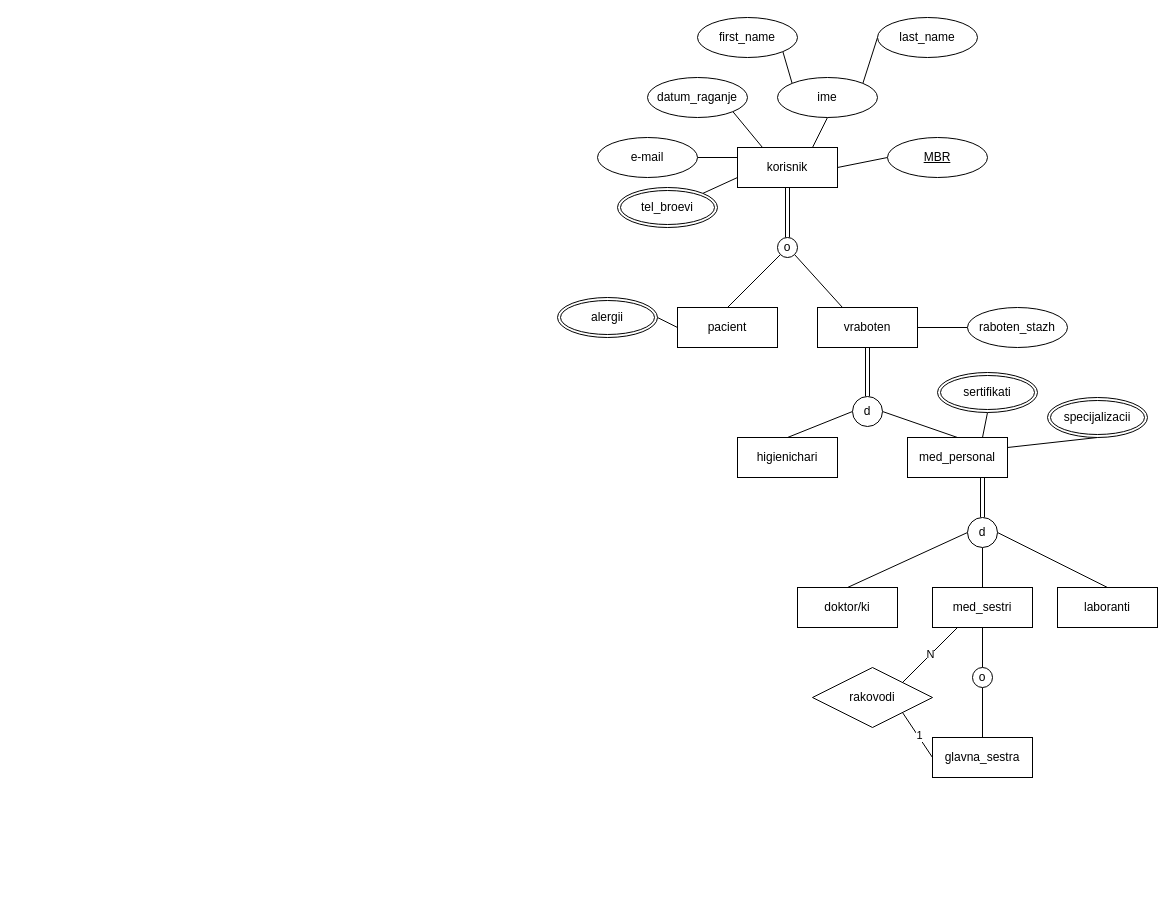
loramarku9/BAZInaPODATOCI keeps this draw.io diagram as lab2.drawio. Above is the earlier version. Source tidied: cells renumbered, new cells numbered last; positions are measured from the earlier drawing's top-left corner, leaving out a move shared by most shapes. Both pictures are drawn from the tidied source at 100%, with x=0, y=0 at pixel (557, 17).
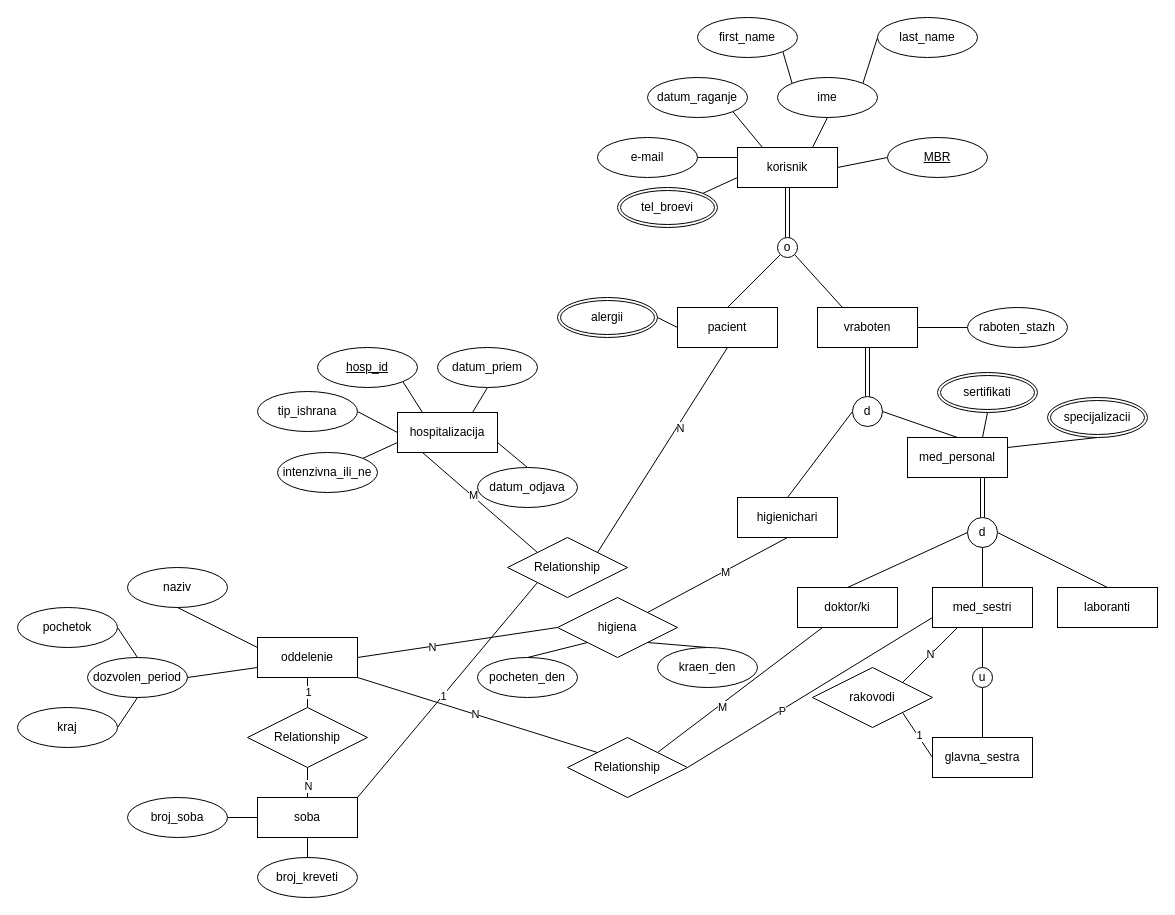
The same diagram, later.

Unchanged cells that the change refers to:
```xml
<mxCell id="22" value="pacient" style="whiteSpace=wrap;html=1;align=center;" parent="1" vertex="1">
  <mxGeometry x="120" y="290" width="100" height="40" as="geometry" />
</mxCell>
<mxCell id="41" value="med_sestri" style="whiteSpace=wrap;html=1;align=center;" parent="1" vertex="1">
  <mxGeometry x="375" y="570" width="100" height="40" as="geometry" />
</mxCell>
<mxCell id="43" value="doktor/ki" style="whiteSpace=wrap;html=1;align=center;" parent="1" vertex="1">
  <mxGeometry x="240" y="570" width="100" height="40" as="geometry" />
</mxCell>
```

What changed in the source:
```diff
@@
+    <mxCell id="54" style="edgeStyle=none;shape=connector;rounded=0;jettySize=auto;html=1;exitX=0.5;exitY=1;exitDx=0;exitDy=0;entryX=1;entryY=0;entryDx=0;entryDy=0;strokeColor=default;align=center;verticalAlign=middle;fontFamily=Helvetica;fontSize=11;fontColor=default;labelBackgroundColor=default;defaultLabelBackgroundColor=page;endArrow=none;endFill=0;" parent="1" edge="1" source="22" target="98">
+      <mxGeometry relative="1" as="geometry" />
+    </mxCell>
+    <mxCell id="55" value="N" style="edgeLabel;html=1;align=center;verticalAlign=middle;inheritText=1;defaultLabelBackgroundColor=page;" parent="54" vertex="1">
+      <mxGeometry x="-0.23" y="3" relative="1" as="geometry" />
+    </mxCell>
@@
+    <mxCell id="56" style="edgeStyle=none;shape=connector;rounded=0;jettySize=auto;html=1;exitX=0.5;exitY=1;exitDx=0;exitDy=0;entryX=1;entryY=0;entryDx=0;entryDy=0;strokeColor=default;align=center;verticalAlign=middle;fontFamily=Helvetica;fontSize=11;fontColor=default;labelBackgroundColor=default;defaultLabelBackgroundColor=page;endArrow=none;endFill=0;" parent="1" edge="1" source="27" target="100">
+      <mxGeometry relative="1" as="geometry" />
+    </mxCell>
+    <mxCell id="57" value="M" style="edgeLabel;html=1;align=center;verticalAlign=middle;inheritText=1;defaultLabelBackgroundColor=page;" parent="56" vertex="1">
+      <mxGeometry x="-0.11" y="1" relative="1" as="geometry" />
+    </mxCell>
     <mxCell id="27" value="higienichari" style="whiteSpace=wrap;html=1;align=center;" parent="1" vertex="1">
-      <mxGeometry x="180" y="420" width="100" height="40" as="geometry" />
+      <mxGeometry x="180" y="480" width="100" height="40" as="geometry" />
     </mxCell>
@@
+    <mxCell id="58" style="edgeStyle=none;shape=connector;rounded=0;jettySize=auto;html=1;exitX=0;exitY=0.75;exitDx=0;exitDy=0;entryX=1;entryY=0.5;entryDx=0;entryDy=0;strokeColor=default;align=center;verticalAlign=middle;fontFamily=Helvetica;fontSize=11;fontColor=default;labelBackgroundColor=default;defaultLabelBackgroundColor=page;endArrow=none;endFill=0;" parent="1" edge="1" source="41" target="106">
+      <mxGeometry relative="1" as="geometry" />
+    </mxCell>
+    <mxCell id="59" value="P" style="edgeLabel;html=1;align=center;verticalAlign=middle;inheritText=1;defaultLabelBackgroundColor=page;" parent="58" vertex="1">
+      <mxGeometry x="0.23" relative="1" as="geometry">
+        <mxPoint y="1" as="offset" />
+      </mxGeometry>
+    </mxCell>
@@
+    <mxCell id="60" style="edgeStyle=none;shape=connector;rounded=0;jettySize=auto;html=1;exitX=0.25;exitY=1;exitDx=0;exitDy=0;entryX=1;entryY=0;entryDx=0;entryDy=0;strokeColor=default;align=center;verticalAlign=middle;fontFamily=Helvetica;fontSize=11;fontColor=default;labelBackgroundColor=default;defaultLabelBackgroundColor=page;endArrow=none;endFill=0;" parent="1" edge="1" source="43" target="106">
+      <mxGeometry relative="1" as="geometry" />
+    </mxCell>
+    <mxCell id="61" value="M" style="edgeLabel;html=1;align=center;verticalAlign=middle;inheritText=1;defaultLabelBackgroundColor=page;" parent="60" vertex="1">
+      <mxGeometry x="0.25" y="2" relative="1" as="geometry">
+        <mxPoint x="1" as="offset" />
+      </mxGeometry>
+    </mxCell>
@@
-    <mxCell id="50" value="o" style="ellipse;whiteSpace=wrap;html=1;shapeInside=1;" parent="1" vertex="1">
+    <mxCell id="50" value="u" style="ellipse;whiteSpace=wrap;html=1;shapeInside=1;" parent="1" vertex="1">
       <mxGeometry x="415" y="650" width="20" height="20" as="geometry" />
     </mxCell>
@@
+    <mxCell id="62" style="edgeStyle=none;shape=connector;rounded=0;jettySize=auto;html=1;exitX=0.25;exitY=0;exitDx=0;exitDy=0;entryX=1;entryY=1;entryDx=0;entryDy=0;strokeColor=default;align=center;verticalAlign=middle;fontFamily=Helvetica;fontSize=11;fontColor=default;labelBackgroundColor=default;defaultLabelBackgroundColor=page;endArrow=none;endFill=0;" parent="1" edge="1" source="67" target="72">
+      <mxGeometry relative="1" as="geometry" />
+    </mxCell>
+    <mxCell id="63" style="edgeStyle=none;shape=connector;rounded=0;jettySize=auto;html=1;exitX=0;exitY=0.75;exitDx=0;exitDy=0;entryX=1;entryY=0;entryDx=0;entryDy=0;strokeColor=default;align=center;verticalAlign=middle;fontFamily=Helvetica;fontSize=11;fontColor=default;labelBackgroundColor=default;defaultLabelBackgroundColor=page;endArrow=none;endFill=0;" parent="1" edge="1" source="67" target="71">
+      <mxGeometry relative="1" as="geometry" />
+    </mxCell>
+    <mxCell id="64" style="edgeStyle=none;shape=connector;rounded=0;jettySize=auto;html=1;exitX=1;exitY=0.75;exitDx=0;exitDy=0;entryX=0.5;entryY=0;entryDx=0;entryDy=0;strokeColor=default;align=center;verticalAlign=middle;fontFamily=Helvetica;fontSize=11;fontColor=default;labelBackgroundColor=default;defaultLabelBackgroundColor=page;endArrow=none;endFill=0;" parent="1" edge="1" source="67" target="68">
+      <mxGeometry relative="1" as="geometry" />
+    </mxCell>
+    <mxCell id="65" style="edgeStyle=none;shape=connector;rounded=0;jettySize=auto;html=1;exitX=0.25;exitY=1;exitDx=0;exitDy=0;entryX=0;entryY=0;entryDx=0;entryDy=0;strokeColor=default;align=center;verticalAlign=middle;fontFamily=Helvetica;fontSize=11;fontColor=default;labelBackgroundColor=default;defaultLabelBackgroundColor=page;endArrow=none;endFill=0;" parent="1" edge="1" source="67" target="98">
+      <mxGeometry relative="1" as="geometry" />
+    </mxCell>
+    <mxCell id="66" value="M" style="edgeLabel;html=1;align=center;verticalAlign=middle;inheritText=1;defaultLabelBackgroundColor=page;" parent="65" vertex="1">
+      <mxGeometry x="-0.15" relative="1" as="geometry">
+        <mxPoint x="1" as="offset" />
+      </mxGeometry>
+    </mxCell>
+    <mxCell id="67" value="hospitalizacija" style="whiteSpace=wrap;html=1;align=center;" parent="1" vertex="1">
+      <mxGeometry x="-160" y="395" width="100" height="40" as="geometry" />
+    </mxCell>
+    <mxCell id="68" value="datum_odjava" style="ellipse;whiteSpace=wrap;html=1;align=center;" parent="1" vertex="1">
+      <mxGeometry x="-80" y="450" width="100" height="40" as="geometry" />
+    </mxCell>
+    <mxCell id="69" style="edgeStyle=none;shape=connector;rounded=0;jettySize=auto;html=1;exitX=0.5;exitY=1;exitDx=0;exitDy=0;entryX=0.75;entryY=0;entryDx=0;entryDy=0;strokeColor=default;align=center;verticalAlign=middle;fontFamily=Helvetica;fontSize=11;fontColor=default;labelBackgroundColor=default;defaultLabelBackgroundColor=page;endArrow=none;endFill=0;" parent="1" edge="1" source="70" target="67">
+      <mxGeometry relative="1" as="geometry" />
+    </mxCell>
+    <mxCell id="70" value="datum_priem" style="ellipse;whiteSpace=wrap;html=1;align=center;" parent="1" vertex="1">
+      <mxGeometry x="-120" y="330" width="100" height="40" as="geometry" />
+    </mxCell>
+    <mxCell id="71" value="intenzivna_ili_ne" style="ellipse;whiteSpace=wrap;html=1;align=center;" parent="1" vertex="1">
+      <mxGeometry x="-280" y="435" width="100" height="40" as="geometry" />
+    </mxCell>
+    <mxCell id="72" value="&lt;u&gt;hosp_id&lt;/u&gt;" style="ellipse;whiteSpace=wrap;html=1;align=center;" parent="1" vertex="1">
+      <mxGeometry x="-240" y="330" width="100" height="40" as="geometry" />
+    </mxCell>
+    <mxCell id="73" style="edgeStyle=none;shape=connector;rounded=0;jettySize=auto;html=1;exitX=1;exitY=0.5;exitDx=0;exitDy=0;entryX=0;entryY=0.5;entryDx=0;entryDy=0;strokeColor=default;align=center;verticalAlign=middle;fontFamily=Helvetica;fontSize=11;fontColor=default;labelBackgroundColor=default;defaultLabelBackgroundColor=page;endArrow=none;endFill=0;" parent="1" edge="1" source="74" target="67">
+      <mxGeometry relative="1" as="geometry" />
+    </mxCell>
+    <mxCell id="74" value="tip_ishrana" style="ellipse;whiteSpace=wrap;html=1;align=center;" parent="1" vertex="1">
+      <mxGeometry x="-300" y="374" width="100" height="40" as="geometry" />
+    </mxCell>
+    <mxCell id="75" style="edgeStyle=none;shape=connector;rounded=0;jettySize=auto;html=1;exitX=0;exitY=0.25;exitDx=0;exitDy=0;entryX=0.5;entryY=1;entryDx=0;entryDy=0;strokeColor=default;align=center;verticalAlign=middle;fontFamily=Helvetica;fontSize=11;fontColor=default;labelBackgroundColor=default;defaultLabelBackgroundColor=page;endArrow=none;endFill=0;" parent="1" edge="1" source="80" target="83">
+      <mxGeometry relative="1" as="geometry" />
+    </mxCell>
+    <mxCell id="76" style="edgeStyle=none;shape=connector;rounded=0;jettySize=auto;html=1;exitX=0.5;exitY=1;exitDx=0;exitDy=0;entryX=0.5;entryY=0;entryDx=0;entryDy=0;strokeColor=default;align=center;verticalAlign=middle;fontFamily=Helvetica;fontSize=11;fontColor=default;labelBackgroundColor=default;defaultLabelBackgroundColor=page;endArrow=none;endFill=0;" parent="1" edge="1" source="80" target="94">
+      <mxGeometry relative="1" as="geometry" />
+    </mxCell>
+    <mxCell id="77" value="1" style="edgeLabel;html=1;align=center;verticalAlign=middle;inheritText=1;defaultLabelBackgroundColor=page;" parent="76" vertex="1">
+      <mxGeometry x="-0.08" relative="1" as="geometry" />
+    </mxCell>
+    <mxCell id="78" style="edgeStyle=none;shape=connector;rounded=0;jettySize=auto;html=1;exitX=1;exitY=0.5;exitDx=0;exitDy=0;entryX=0;entryY=0.5;entryDx=0;entryDy=0;strokeColor=default;align=center;verticalAlign=middle;fontFamily=Helvetica;fontSize=11;fontColor=default;labelBackgroundColor=default;defaultLabelBackgroundColor=page;endArrow=none;endFill=0;" parent="1" edge="1" source="80" target="100">
+      <mxGeometry relative="1" as="geometry" />
+    </mxCell>
+    <mxCell id="79" value="N" style="edgeLabel;html=1;align=center;verticalAlign=middle;inheritText=1;defaultLabelBackgroundColor=page;" parent="78" vertex="1">
+      <mxGeometry x="-0.26" y="-1" relative="1" as="geometry" />
+    </mxCell>
+    <mxCell id="80" value="oddelenie" style="whiteSpace=wrap;html=1;align=center;" parent="1" vertex="1">
+      <mxGeometry x="-300" y="620" width="100" height="40" as="geometry" />
+    </mxCell>
+    <mxCell id="81" style="edgeStyle=none;shape=connector;rounded=0;jettySize=auto;html=1;exitX=1;exitY=0.5;exitDx=0;exitDy=0;entryX=0;entryY=0.75;entryDx=0;entryDy=0;strokeColor=default;align=center;verticalAlign=middle;fontFamily=Helvetica;fontSize=11;fontColor=default;labelBackgroundColor=default;defaultLabelBackgroundColor=page;endArrow=none;endFill=0;" parent="1" edge="1" source="82" target="80">
+      <mxGeometry relative="1" as="geometry" />
+    </mxCell>
+    <mxCell id="82" value="dozvolen_period" style="ellipse;whiteSpace=wrap;html=1;align=center;" parent="1" vertex="1">
+      <mxGeometry x="-470" y="640" width="100" height="40" as="geometry" />
+    </mxCell>
+    <mxCell id="83" value="naziv" style="ellipse;whiteSpace=wrap;html=1;align=center;" parent="1" vertex="1">
+      <mxGeometry x="-430" y="550" width="100" height="40" as="geometry" />
+    </mxCell>
+    <mxCell id="84" style="edgeStyle=none;shape=connector;rounded=0;jettySize=auto;html=1;exitX=1;exitY=0.5;exitDx=0;exitDy=0;entryX=0.5;entryY=1;entryDx=0;entryDy=0;strokeColor=default;align=center;verticalAlign=middle;fontFamily=Helvetica;fontSize=11;fontColor=default;labelBackgroundColor=default;defaultLabelBackgroundColor=page;endArrow=none;endFill=0;" parent="1" edge="1" source="85" target="82">
+      <mxGeometry relative="1" as="geometry" />
+    </mxCell>
+    <mxCell id="85" value="kraj" style="ellipse;whiteSpace=wrap;html=1;align=center;" parent="1" vertex="1">
+      <mxGeometry x="-540" y="690" width="100" height="40" as="geometry" />
+    </mxCell>
+    <mxCell id="86" style="edgeStyle=none;shape=connector;rounded=0;jettySize=auto;html=1;exitX=1;exitY=0.5;exitDx=0;exitDy=0;entryX=0.5;entryY=0;entryDx=0;entryDy=0;strokeColor=default;align=center;verticalAlign=middle;fontFamily=Helvetica;fontSize=11;fontColor=default;labelBackgroundColor=default;defaultLabelBackgroundColor=page;endArrow=none;endFill=0;" parent="1" edge="1" source="87" target="82">
+      <mxGeometry relative="1" as="geometry" />
+    </mxCell>
+    <mxCell id="87" value="pochetok" style="ellipse;whiteSpace=wrap;html=1;align=center;" parent="1" vertex="1">
+      <mxGeometry x="-540" y="590" width="100" height="40" as="geometry" />
+    </mxCell>
+    <mxCell id="88" style="edgeStyle=none;shape=connector;rounded=0;jettySize=auto;html=1;exitX=0.5;exitY=0;exitDx=0;exitDy=0;entryX=0.5;entryY=1;entryDx=0;entryDy=0;strokeColor=default;align=center;verticalAlign=middle;fontFamily=Helvetica;fontSize=11;fontColor=default;labelBackgroundColor=default;defaultLabelBackgroundColor=page;endArrow=none;endFill=0;" parent="1" edge="1" source="93" target="94">
+      <mxGeometry relative="1" as="geometry" />
+    </mxCell>
+    <mxCell id="89" value="N" style="edgeLabel;html=1;align=center;verticalAlign=middle;inheritText=1;defaultLabelBackgroundColor=page;" parent="88" vertex="1">
+      <mxGeometry x="-0.22" relative="1" as="geometry" />
+    </mxCell>
+    <mxCell id="90" style="edgeStyle=none;shape=connector;rounded=0;jettySize=auto;html=1;exitX=0.5;exitY=1;exitDx=0;exitDy=0;entryX=0.5;entryY=0;entryDx=0;entryDy=0;strokeColor=default;align=center;verticalAlign=middle;fontFamily=Helvetica;fontSize=11;fontColor=default;labelBackgroundColor=default;defaultLabelBackgroundColor=page;endArrow=none;endFill=0;" parent="1" edge="1" source="93" target="95">
+      <mxGeometry relative="1" as="geometry" />
+    </mxCell>
+    <mxCell id="91" style="edgeStyle=none;shape=connector;rounded=0;jettySize=auto;html=1;exitX=1;exitY=0;exitDx=0;exitDy=0;entryX=0;entryY=1;entryDx=0;entryDy=0;strokeColor=default;align=center;verticalAlign=middle;fontFamily=Helvetica;fontSize=11;fontColor=default;labelBackgroundColor=default;defaultLabelBackgroundColor=page;endArrow=none;endFill=0;" parent="1" edge="1" source="93" target="98">
+      <mxGeometry relative="1" as="geometry" />
+    </mxCell>
+    <mxCell id="92" value="1" style="edgeLabel;html=1;align=center;verticalAlign=middle;inheritText=1;defaultLabelBackgroundColor=page;" parent="91" vertex="1">
+      <mxGeometry x="-0.05" relative="1" as="geometry" />
+    </mxCell>
+    <mxCell id="93" value="soba" style="whiteSpace=wrap;html=1;align=center;" parent="1" vertex="1">
+      <mxGeometry x="-300" y="780" width="100" height="40" as="geometry" />
+    </mxCell>
+    <mxCell id="94" value="Relationship" style="shape=rhombus;perimeter=rhombusPerimeter;whiteSpace=wrap;html=1;align=center;" parent="1" vertex="1">
+      <mxGeometry x="-310" y="690" width="120" height="60" as="geometry" />
+    </mxCell>
+    <mxCell id="95" value="broj_kreveti" style="ellipse;whiteSpace=wrap;html=1;align=center;" parent="1" vertex="1">
+      <mxGeometry x="-300" y="840" width="100" height="40" as="geometry" />
+    </mxCell>
+    <mxCell id="96" style="edgeStyle=none;shape=connector;rounded=0;jettySize=auto;html=1;exitX=1;exitY=0.5;exitDx=0;exitDy=0;entryX=0;entryY=0.5;entryDx=0;entryDy=0;strokeColor=default;align=center;verticalAlign=middle;fontFamily=Helvetica;fontSize=11;fontColor=default;labelBackgroundColor=default;defaultLabelBackgroundColor=page;endArrow=none;endFill=0;" parent="1" edge="1" source="97" target="93">
+      <mxGeometry relative="1" as="geometry" />
+    </mxCell>
+    <mxCell id="97" value="broj_soba" style="ellipse;whiteSpace=wrap;html=1;align=center;" parent="1" vertex="1">
+      <mxGeometry x="-430" y="780" width="100" height="40" as="geometry" />
+    </mxCell>
+    <mxCell id="98" value="Relationship" style="shape=rhombus;perimeter=rhombusPerimeter;whiteSpace=wrap;html=1;align=center;" parent="1" vertex="1">
+      <mxGeometry x="-50" y="520" width="120" height="60" as="geometry" />
+    </mxCell>
+    <mxCell id="99" style="edgeStyle=none;shape=connector;rounded=0;jettySize=auto;html=1;exitX=1;exitY=1;exitDx=0;exitDy=0;entryX=0.5;entryY=0;entryDx=0;entryDy=0;strokeColor=default;align=center;verticalAlign=middle;fontFamily=Helvetica;fontSize=11;fontColor=default;labelBackgroundColor=default;defaultLabelBackgroundColor=page;endArrow=none;endFill=0;" parent="1" edge="1" source="100" target="101">
+      <mxGeometry relative="1" as="geometry" />
+    </mxCell>
+    <mxCell id="100" value="higiena" style="shape=rhombus;perimeter=rhombusPerimeter;whiteSpace=wrap;html=1;align=center;" parent="1" vertex="1">
+      <mxGeometry y="580" width="120" height="60" as="geometry" />
+    </mxCell>
+    <mxCell id="101" value="kraen_den" style="ellipse;whiteSpace=wrap;html=1;align=center;" parent="1" vertex="1">
+      <mxGeometry x="100" y="630" width="100" height="40" as="geometry" />
+    </mxCell>
+    <mxCell id="102" style="edgeStyle=none;shape=connector;rounded=0;jettySize=auto;html=1;exitX=0.5;exitY=0;exitDx=0;exitDy=0;entryX=0;entryY=1;entryDx=0;entryDy=0;strokeColor=default;align=center;verticalAlign=middle;fontFamily=Helvetica;fontSize=11;fontColor=default;labelBackgroundColor=default;defaultLabelBackgroundColor=page;endArrow=none;endFill=0;" parent="1" edge="1" source="103" target="100">
+      <mxGeometry relative="1" as="geometry" />
+    </mxCell>
+    <mxCell id="103" value="pocheten_den" style="ellipse;whiteSpace=wrap;html=1;align=center;" parent="1" vertex="1">
+      <mxGeometry x="-80" y="640" width="100" height="40" as="geometry" />
+    </mxCell>
+    <mxCell id="104" style="edgeStyle=none;shape=connector;rounded=0;jettySize=auto;html=1;exitX=0;exitY=0;exitDx=0;exitDy=0;entryX=1;entryY=1;entryDx=0;entryDy=0;strokeColor=default;align=center;verticalAlign=middle;fontFamily=Helvetica;fontSize=11;fontColor=default;labelBackgroundColor=default;defaultLabelBackgroundColor=page;endArrow=none;endFill=0;" parent="1" edge="1" source="106" target="80">
+      <mxGeometry relative="1" as="geometry" />
+    </mxCell>
+    <mxCell id="105" value="N" style="edgeLabel;html=1;align=center;verticalAlign=middle;inheritText=1;defaultLabelBackgroundColor=page;" parent="104" vertex="1">
+      <mxGeometry x="0.03" y="-1" relative="1" as="geometry">
+        <mxPoint y="1" as="offset" />
+      </mxGeometry>
+    </mxCell>
+    <mxCell id="106" value="Relationship" style="shape=rhombus;perimeter=rhombusPerimeter;whiteSpace=wrap;html=1;align=center;" parent="1" vertex="1">
+      <mxGeometry x="10" y="720" width="120" height="60" as="geometry" />
+    </mxCell>
```
